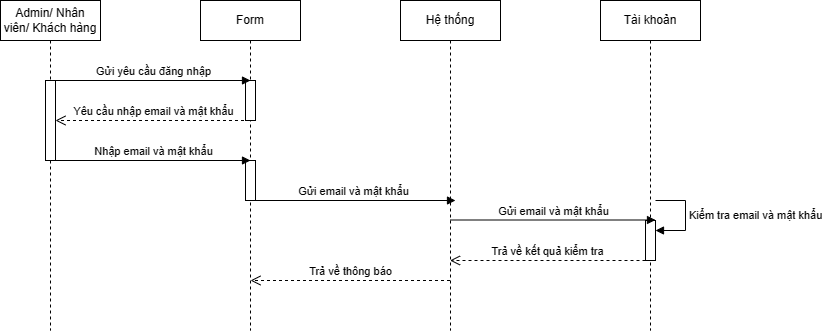
This is SD/imgs/SD_DANGNHAP.drawio.png from hieuNV0871/da, a draw.io export, as it was before one commit. Source tidied: cells renumbered, new cells last; positions are measured from the earlier drawing's top-left corner, leaving out a move shared by most shapes. The source it was exported from:
```xml
<mxGraphModel>
  <root>
    <mxCell id="0" />
    <mxCell id="1" parent="0" />
    <mxCell id="2" value="Admin/ Nhân viên/ Khách hàng" style="shape=umlLifeline;perimeter=lifelinePerimeter;whiteSpace=wrap;html=1;newEdgeStyle={&quot;curved&quot;:0,&quot;rounded&quot;:0};" parent="1" vertex="1">
      <mxGeometry width="100" height="330" as="geometry" />
    </mxCell>
    <mxCell id="3" style="html=1;points=[[0,0,0,0,5],[0,1,0,0,-5],[1,0,0,0,5],[1,1,0,0,-5]];perimeter=orthogonalPerimeter;outlineConnect=0;targetShapes=umlLifeline;portConstraint=eastwest;newEdgeStyle={&quot;curved&quot;:0,&quot;rounded&quot;:0};" parent="2" vertex="1">
      <mxGeometry x="45" y="80" width="10" height="80" as="geometry" />
    </mxCell>
    <mxCell id="4" value="Form" style="shape=umlLifeline;perimeter=lifelinePerimeter;whiteSpace=wrap;html=1;outlineConnect=0;portConstraint=eastwest;newEdgeStyle={&quot;curved&quot;:0,&quot;rounded&quot;:0};" parent="1" vertex="1">
      <mxGeometry x="200" width="100" height="330" as="geometry" />
    </mxCell>
    <mxCell id="5" style="html=1;perimeter=orthogonalPerimeter;targetShapes=umlLifeline;newEdgeStyle={&quot;curved&quot;:0,&quot;rounded&quot;:0};" parent="4" vertex="1">
      <mxGeometry x="45" y="80" width="10" height="40" as="geometry" />
    </mxCell>
    <mxCell id="6" style="html=1;perimeter=orthogonalPerimeter;targetShapes=umlLifeline;newEdgeStyle={&quot;curved&quot;:0,&quot;rounded&quot;:0};" parent="4" vertex="1">
      <mxGeometry x="45" y="160" width="10" height="40" as="geometry" />
    </mxCell>
    <mxCell id="7" value="Hệ thống" style="shape=umlLifeline;perimeter=lifelinePerimeter;whiteSpace=wrap;html=1;newEdgeStyle={&quot;curved&quot;:0,&quot;rounded&quot;:0};" parent="1" vertex="1">
      <mxGeometry x="400" width="100" height="330" as="geometry" />
    </mxCell>
    <mxCell id="8" value="Yêu cầu nhập email và mật khẩu&lt;br&gt;" style="html=1;verticalAlign=bottom;endArrow=open;dashed=1;endSize=8;curved=0;rounded=0;" parent="1" edge="1" source="4" target="3">
      <mxGeometry relative="1" as="geometry">
        <Array as="points">
          <mxPoint x="130" y="120" />
        </Array>
      </mxGeometry>
    </mxCell>
    <mxCell id="9" value="Nhập email và mật khẩu" style="html=1;verticalAlign=bottom;endArrow=block;curved=0;rounded=0;" parent="1" edge="1" source="3">
      <mxGeometry relative="1" as="geometry">
        <mxPoint x="250" y="160" as="targetPoint" />
      </mxGeometry>
    </mxCell>
    <mxCell id="10" value="Gửi yêu cầu đăng nhập&lt;br&gt;" style="html=1;verticalAlign=bottom;endArrow=block;curved=0;rounded=0;" parent="1" edge="1">
      <mxGeometry relative="1" as="geometry">
        <mxPoint x="55" y="80" as="sourcePoint" />
        <mxPoint x="250" y="80" as="targetPoint" />
      </mxGeometry>
    </mxCell>
    <mxCell id="11" value="Gửi email và mật khẩu&lt;br&gt;" style="html=1;verticalAlign=bottom;endArrow=block;curved=0;rounded=0;" parent="1" edge="1">
      <mxGeometry relative="1" as="geometry">
        <mxPoint x="250" y="200" as="sourcePoint" />
        <mxPoint x="455" y="200" as="targetPoint" />
      </mxGeometry>
    </mxCell>
    <mxCell id="12" value="Trả về kết quả kiểm tra" style="html=1;verticalAlign=bottom;endArrow=open;dashed=1;endSize=8;curved=0;rounded=0;" parent="1" edge="1">
      <mxGeometry relative="1" as="geometry">
        <mxPoint x="645" y="260" as="sourcePoint" />
        <mxPoint x="449.5" y="260" as="targetPoint" />
        <Array as="points">
          <mxPoint x="485" y="260" />
        </Array>
      </mxGeometry>
    </mxCell>
    <mxCell id="13" value="Trả về thông báo" style="html=1;verticalAlign=bottom;endArrow=open;dashed=1;endSize=8;curved=0;rounded=0;" parent="1" edge="1">
      <mxGeometry relative="1" as="geometry">
        <mxPoint x="449.5" y="280" as="sourcePoint" />
        <mxPoint x="250" y="280" as="targetPoint" />
        <Array as="points">
          <mxPoint x="325" y="280" />
        </Array>
      </mxGeometry>
    </mxCell>
    <mxCell id="14" value="Tài khoản" style="shape=umlLifeline;perimeter=lifelinePerimeter;whiteSpace=wrap;html=1;newEdgeStyle={&quot;curved&quot;:0,&quot;rounded&quot;:0};" parent="1" vertex="1">
      <mxGeometry x="600" width="100" height="330" as="geometry" />
    </mxCell>
    <mxCell id="15" value="Kiểm tra email và mật khẩu" style="html=1;align=left;spacingLeft=2;endArrow=block;rounded=0;edgeStyle=orthogonalEdgeStyle;curved=0;rounded=0;" parent="14" edge="1" target="16">
      <mxGeometry relative="1" as="geometry">
        <mxPoint x="55" y="200" as="sourcePoint" />
        <Array as="points">
          <mxPoint x="85" y="230" />
        </Array>
      </mxGeometry>
    </mxCell>
    <mxCell id="16" style="html=1;points=[[0,0,0,0,5],[0,1,0,0,-5],[1,0,0,0,5],[1,1,0,0,-5]];perimeter=orthogonalPerimeter;outlineConnect=0;targetShapes=umlLifeline;portConstraint=eastwest;newEdgeStyle={&quot;curved&quot;:0,&quot;rounded&quot;:0};" parent="14" vertex="1">
      <mxGeometry x="45" y="220" width="10" height="40" as="geometry" />
    </mxCell>
    <mxCell id="17" value="Gửi email và mật khẩu&lt;br&gt;" style="html=1;verticalAlign=bottom;endArrow=block;curved=0;rounded=0;" parent="1" edge="1">
      <mxGeometry relative="1" as="geometry">
        <mxPoint x="450" y="219.5" as="sourcePoint" />
        <mxPoint x="655" y="219.5" as="targetPoint" />
      </mxGeometry>
    </mxCell>
  </root>
</mxGraphModel>
```
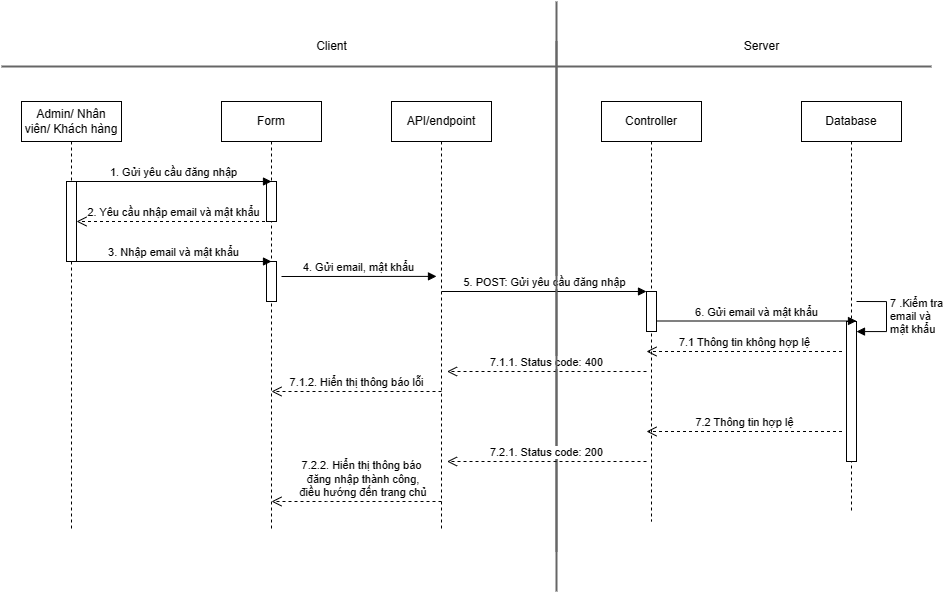
After the commit.

The edit, as a diff of the source:
```diff
@@ -2,14 +2,17 @@
   <root>
     <mxCell id="0" />
     <mxCell id="1" parent="0" />
+    <mxCell id="18" style="line;strokeWidth=2;direction=south;html=1;fillColor=#f5f5f5;fontColor=#333333;strokeColor=#666666;" parent="1" vertex="1">
+      <mxGeometry x="350" y="-100" width="10" height="550" as="geometry" />
+    </mxCell>
     <mxCell id="2" value="Admin/ Nhân viên/ Khách hàng" style="shape=umlLifeline;perimeter=lifelinePerimeter;whiteSpace=wrap;html=1;newEdgeStyle={&quot;curved&quot;:0,&quot;rounded&quot;:0};" parent="1" vertex="1">
-      <mxGeometry width="100" height="330" as="geometry" />
+      <mxGeometry x="-180" width="100" height="430" as="geometry" />
     </mxCell>
     <mxCell id="3" style="html=1;points=[[0,0,0,0,5],[0,1,0,0,-5],[1,0,0,0,5],[1,1,0,0,-5]];perimeter=orthogonalPerimeter;outlineConnect=0;targetShapes=umlLifeline;portConstraint=eastwest;newEdgeStyle={&quot;curved&quot;:0,&quot;rounded&quot;:0};" parent="2" vertex="1">
       <mxGeometry x="45" y="80" width="10" height="80" as="geometry" />
     </mxCell>
     <mxCell id="4" value="Form" style="shape=umlLifeline;perimeter=lifelinePerimeter;whiteSpace=wrap;html=1;outlineConnect=0;portConstraint=eastwest;newEdgeStyle={&quot;curved&quot;:0,&quot;rounded&quot;:0};" parent="1" vertex="1">
-      <mxGeometry x="200" width="100" height="330" as="geometry" />
+      <mxGeometry x="20" width="100" height="430" as="geometry" />
     </mxCell>
     <mxCell id="5" style="html=1;perimeter=orthogonalPerimeter;targetShapes=umlLifeline;newEdgeStyle={&quot;curved&quot;:0,&quot;rounded&quot;:0};" parent="4" vertex="1">
       <mxGeometry x="45" y="80" width="10" height="40" as="geometry" />
@@ -17,55 +20,52 @@
     <mxCell id="6" style="html=1;perimeter=orthogonalPerimeter;targetShapes=umlLifeline;newEdgeStyle={&quot;curved&quot;:0,&quot;rounded&quot;:0};" parent="4" vertex="1">
       <mxGeometry x="45" y="160" width="10" height="40" as="geometry" />
     </mxCell>
-    <mxCell id="7" value="Hệ thống" style="shape=umlLifeline;perimeter=lifelinePerimeter;whiteSpace=wrap;html=1;newEdgeStyle={&quot;curved&quot;:0,&quot;rounded&quot;:0};" parent="1" vertex="1">
-      <mxGeometry x="400" width="100" height="330" as="geometry" />
+    <mxCell id="7" value="Controller" style="shape=umlLifeline;perimeter=lifelinePerimeter;whiteSpace=wrap;html=1;newEdgeStyle={&quot;curved&quot;:0,&quot;rounded&quot;:0};" parent="1" vertex="1">
+      <mxGeometry x="400" width="100" height="420" as="geometry" />
     </mxCell>
-    <mxCell id="8" value="Yêu cầu nhập email và mật khẩu&lt;br&gt;" style="html=1;verticalAlign=bottom;endArrow=open;dashed=1;endSize=8;curved=0;rounded=0;" parent="1" edge="1" source="4" target="3">
+    <mxCell id="8" value="2. Yêu cầu nhập email và mật khẩu" style="html=1;verticalAlign=bottom;endArrow=open;dashed=1;endSize=8;curved=0;rounded=0;" parent="1" edge="1" source="4" target="3">
       <mxGeometry relative="1" as="geometry">
         <Array as="points">
-          <mxPoint x="130" y="120" />
+          <mxPoint x="-50" y="120" />
         </Array>
       </mxGeometry>
     </mxCell>
-    <mxCell id="9" value="Nhập email và mật khẩu" style="html=1;verticalAlign=bottom;endArrow=block;curved=0;rounded=0;" parent="1" edge="1" source="3">
+    <mxCell id="9" value="3. Nhập email và mật khẩu" style="html=1;verticalAlign=bottom;endArrow=block;curved=0;rounded=0;" parent="1" edge="1" source="3">
       <mxGeometry relative="1" as="geometry">
-        <mxPoint x="250" y="160" as="targetPoint" />
+        <mxPoint x="70" y="160" as="targetPoint" />
       </mxGeometry>
     </mxCell>
-    <mxCell id="10" value="Gửi yêu cầu đăng nhập&lt;br&gt;" style="html=1;verticalAlign=bottom;endArrow=block;curved=0;rounded=0;" parent="1" edge="1">
+    <mxCell id="10" value="1. Gửi yêu cầu đăng nhập" style="html=1;verticalAlign=bottom;endArrow=block;curved=0;rounded=0;" parent="1" edge="1">
       <mxGeometry relative="1" as="geometry">
-        <mxPoint x="55" y="80" as="sourcePoint" />
-        <mxPoint x="250" y="80" as="targetPoint" />
+        <mxPoint x="-125" y="80" as="sourcePoint" />
+        <mxPoint x="70" y="80" as="targetPoint" />
       </mxGeometry>
     </mxCell>
-    <mxCell id="11" value="Gửi email và mật khẩu&lt;br&gt;" style="html=1;verticalAlign=bottom;endArrow=block;curved=0;rounded=0;" parent="1" edge="1">
+    <mxCell id="11" value="5. POST: Gửi yêu cầu đăng nhập" style="html=1;verticalAlign=bottom;endArrow=block;curved=0;rounded=0;" parent="1" edge="1">
       <mxGeometry relative="1" as="geometry">
-        <mxPoint x="250" y="200" as="sourcePoint" />
-        <mxPoint x="455" y="200" as="targetPoint" />
+        <mxPoint x="240" y="190" as="sourcePoint" />
+        <mxPoint x="445" y="190" as="targetPoint" />
       </mxGeometry>
     </mxCell>
-    <mxCell id="12" value="Trả về kết quả kiểm tra" style="html=1;verticalAlign=bottom;endArrow=open;dashed=1;endSize=8;curved=0;rounded=0;" parent="1" edge="1">
+    <mxCell id="12" value="7.1 Thông tin không hợp lệ" style="html=1;verticalAlign=bottom;endArrow=open;dashed=1;endSize=8;curved=0;rounded=0;" parent="1" edge="1">
       <mxGeometry relative="1" as="geometry">
-        <mxPoint x="645" y="260" as="sourcePoint" />
-        <mxPoint x="449.5" y="260" as="targetPoint" />
-        <Array as="points">
-          <mxPoint x="485" y="260" />
-        </Array>
+        <mxPoint x="640.5" y="250" as="sourcePoint" />
+        <mxPoint x="445" y="250" as="targetPoint" />
       </mxGeometry>
     </mxCell>
-    <mxCell id="13" value="Trả về thông báo" style="html=1;verticalAlign=bottom;endArrow=open;dashed=1;endSize=8;curved=0;rounded=0;" parent="1" edge="1">
+    <mxCell id="13" value="7.1.1. Status code: 400" style="html=1;verticalAlign=bottom;endArrow=open;dashed=1;endSize=8;curved=0;rounded=0;" parent="1" edge="1">
       <mxGeometry relative="1" as="geometry">
-        <mxPoint x="449.5" y="280" as="sourcePoint" />
-        <mxPoint x="250" y="280" as="targetPoint" />
+        <mxPoint x="445" y="270" as="sourcePoint" />
+        <mxPoint x="245.5" y="270" as="targetPoint" />
         <Array as="points">
-          <mxPoint x="325" y="280" />
+          <mxPoint x="320.5" y="270" />
         </Array>
       </mxGeometry>
     </mxCell>
-    <mxCell id="14" value="Tài khoản" style="shape=umlLifeline;perimeter=lifelinePerimeter;whiteSpace=wrap;html=1;newEdgeStyle={&quot;curved&quot;:0,&quot;rounded&quot;:0};" parent="1" vertex="1">
-      <mxGeometry x="600" width="100" height="330" as="geometry" />
+    <mxCell id="14" value="Database" style="shape=umlLifeline;perimeter=lifelinePerimeter;whiteSpace=wrap;html=1;newEdgeStyle={&quot;curved&quot;:0,&quot;rounded&quot;:0};" parent="1" vertex="1">
+      <mxGeometry x="600" width="100" height="410" as="geometry" />
     </mxCell>
-    <mxCell id="15" value="Kiểm tra email và mật khẩu" style="html=1;align=left;spacingLeft=2;endArrow=block;rounded=0;edgeStyle=orthogonalEdgeStyle;curved=0;rounded=0;" parent="14" edge="1" target="16">
+    <mxCell id="15" value="7 .Kiểm tra &lt;br&gt;email và&lt;br&gt;mật khẩu" style="html=1;align=left;spacingLeft=2;endArrow=block;rounded=0;edgeStyle=orthogonalEdgeStyle;curved=0;rounded=0;" parent="14" edge="1" target="16">
       <mxGeometry relative="1" as="geometry">
         <mxPoint x="55" y="200" as="sourcePoint" />
         <Array as="points">
@@ -74,13 +74,74 @@
       </mxGeometry>
     </mxCell>
     <mxCell id="16" style="html=1;points=[[0,0,0,0,5],[0,1,0,0,-5],[1,0,0,0,5],[1,1,0,0,-5]];perimeter=orthogonalPerimeter;outlineConnect=0;targetShapes=umlLifeline;portConstraint=eastwest;newEdgeStyle={&quot;curved&quot;:0,&quot;rounded&quot;:0};" parent="14" vertex="1">
-      <mxGeometry x="45" y="220" width="10" height="40" as="geometry" />
+      <mxGeometry x="45" y="220" width="10" height="140" as="geometry" />
     </mxCell>
-    <mxCell id="17" value="Gửi email và mật khẩu&lt;br&gt;" style="html=1;verticalAlign=bottom;endArrow=block;curved=0;rounded=0;" parent="1" edge="1">
+    <mxCell id="17" value="6. Gửi email và mật khẩu" style="html=1;verticalAlign=bottom;endArrow=block;curved=0;rounded=0;" parent="1" edge="1" source="25">
       <mxGeometry relative="1" as="geometry">
-        <mxPoint x="450" y="219.5" as="sourcePoint" />
         <mxPoint x="655" y="219.5" as="targetPoint" />
       </mxGeometry>
     </mxCell>
+    <mxCell id="19" style="line;strokeWidth=2;html=1;fillColor=#f5f5f5;fontColor=#333333;strokeColor=#666666;" parent="1" vertex="1">
+      <mxGeometry x="-200" y="-40" width="930" height="10" as="geometry" />
+    </mxCell>
+    <mxCell id="20" value="Server" style="text;html=1;align=center;verticalAlign=middle;strokeColor=none;fillColor=none;" parent="1" vertex="1">
+      <mxGeometry x="530" y="-70" width="60" height="30" as="geometry" />
+    </mxCell>
+    <mxCell id="21" value="Client" style="text;html=1;align=center;verticalAlign=middle;strokeColor=none;fillColor=none;" parent="1" vertex="1">
+      <mxGeometry x="105" y="-70" width="50" height="30" as="geometry" />
+    </mxCell>
+    <mxCell id="22" value="API/endpoint" style="shape=umlLifeline;perimeter=lifelinePerimeter;whiteSpace=wrap;html=1;newEdgeStyle={&quot;curved&quot;:0,&quot;rounded&quot;:0};" parent="1" vertex="1">
+      <mxGeometry x="190" width="100" height="430" as="geometry" />
+    </mxCell>
+    <mxCell id="23" value="4. Gửi email, mật khẩu" style="html=1;verticalAlign=bottom;endArrow=block;curved=0;rounded=0;" parent="1" edge="1">
+      <mxGeometry relative="1" as="geometry">
+        <mxPoint x="80" y="175" as="sourcePoint" />
+        <mxPoint x="235" y="174.9" as="targetPoint" />
+      </mxGeometry>
+    </mxCell>
+    <mxCell id="24" style="html=1;verticalAlign=bottom;endArrow=block;curved=0;rounded=0;" parent="1" edge="1" target="25">
+      <mxGeometry relative="1" as="geometry">
+        <mxPoint x="450" y="219.5" as="sourcePoint" />
+      </mxGeometry>
+    </mxCell>
+    <mxCell id="25" style="html=1;points=[[0,0,0,0,5],[0,1,0,0,-5],[1,0,0,0,5],[1,1,0,0,-5]];perimeter=orthogonalPerimeter;outlineConnect=0;targetShapes=umlLifeline;portConstraint=eastwest;newEdgeStyle={&quot;curved&quot;:0,&quot;rounded&quot;:0};" parent="1" vertex="1">
+      <mxGeometry x="445" y="190" width="10" height="40" as="geometry" />
+    </mxCell>
+    <mxCell id="26" style="line;strokeWidth=2;direction=south;html=1;fillColor=#f5f5f5;fontColor=#333333;strokeColor=#666666;" parent="1" vertex="1">
+      <mxGeometry x="350" y="-60" width="10" height="550" as="geometry" />
+    </mxCell>
+    <mxCell id="27" value="7.2 Thông tin hợp lệ" style="html=1;verticalAlign=bottom;endArrow=open;dashed=1;endSize=8;curved=0;rounded=0;" parent="1" edge="1">
+      <mxGeometry relative="1" as="geometry">
+        <mxPoint x="640.5" y="330" as="sourcePoint" />
+        <mxPoint x="445" y="330" as="targetPoint" />
+      </mxGeometry>
+    </mxCell>
+    <mxCell id="28" value="7.2.1. Status code: 200" style="html=1;verticalAlign=bottom;endArrow=open;dashed=1;endSize=8;curved=0;rounded=0;" parent="1" edge="1">
+      <mxGeometry relative="1" as="geometry">
+        <mxPoint x="445" y="360" as="sourcePoint" />
+        <mxPoint x="245.5" y="360" as="targetPoint" />
+        <Array as="points">
+          <mxPoint x="320.5" y="360" />
+        </Array>
+      </mxGeometry>
+    </mxCell>
+    <mxCell id="29" value="7.1.2. Hiển thị thông báo lỗi" style="html=1;verticalAlign=bottom;endArrow=open;dashed=1;endSize=8;curved=0;rounded=0;" parent="1" edge="1">
+      <mxGeometry relative="1" as="geometry">
+        <mxPoint x="240" y="290" as="sourcePoint" />
+        <mxPoint x="70" y="290" as="targetPoint" />
+        <Array as="points">
+          <mxPoint x="125" y="290" />
+        </Array>
+      </mxGeometry>
+    </mxCell>
+    <mxCell id="30" value="7.2.2. Hiển thị thông báo&lt;br&gt;&amp;nbsp;đăng nhập thành công,&lt;br&gt;&amp;nbsp;điều hướng đến trang chủ" style="html=1;verticalAlign=bottom;endArrow=open;dashed=1;endSize=8;curved=0;rounded=0;" parent="1" edge="1">
+      <mxGeometry x="-0.06" relative="1" as="geometry">
+        <mxPoint x="240" y="400" as="sourcePoint" />
+        <mxPoint x="70" y="400" as="targetPoint" />
+        <Array as="points">
+          <mxPoint x="125" y="400" />
+        </Array>
+      </mxGeometry>
+    </mxCell>
   </root>
 </mxGraphModel>
```
